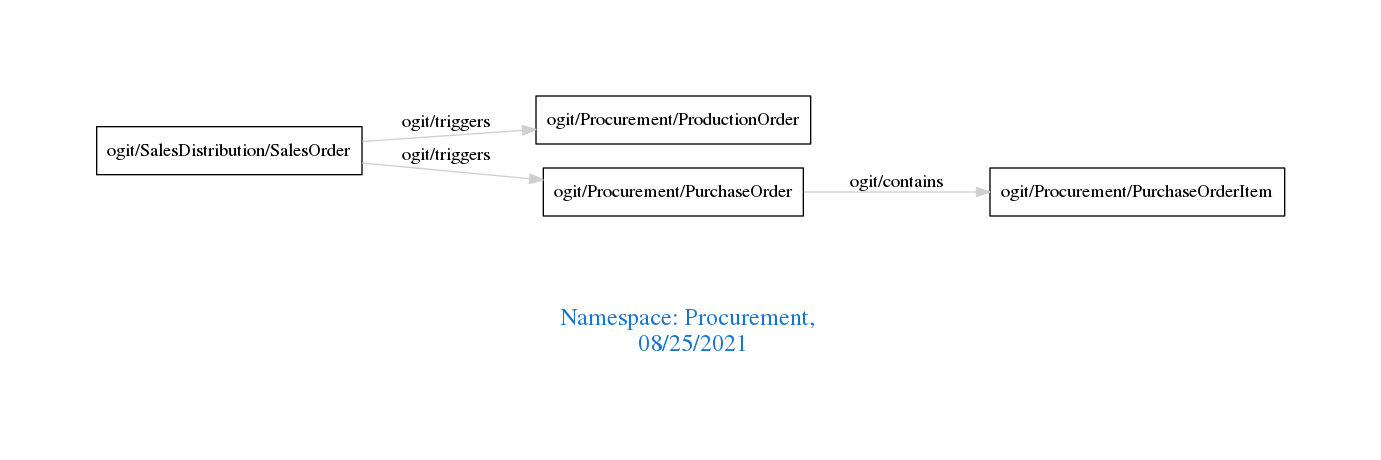
arago/OGIT keeps this Graphviz diagram as downloads/Procurement.png. Above is the earlier version. Its source is kept beside it as downloads/Procurement.dot.
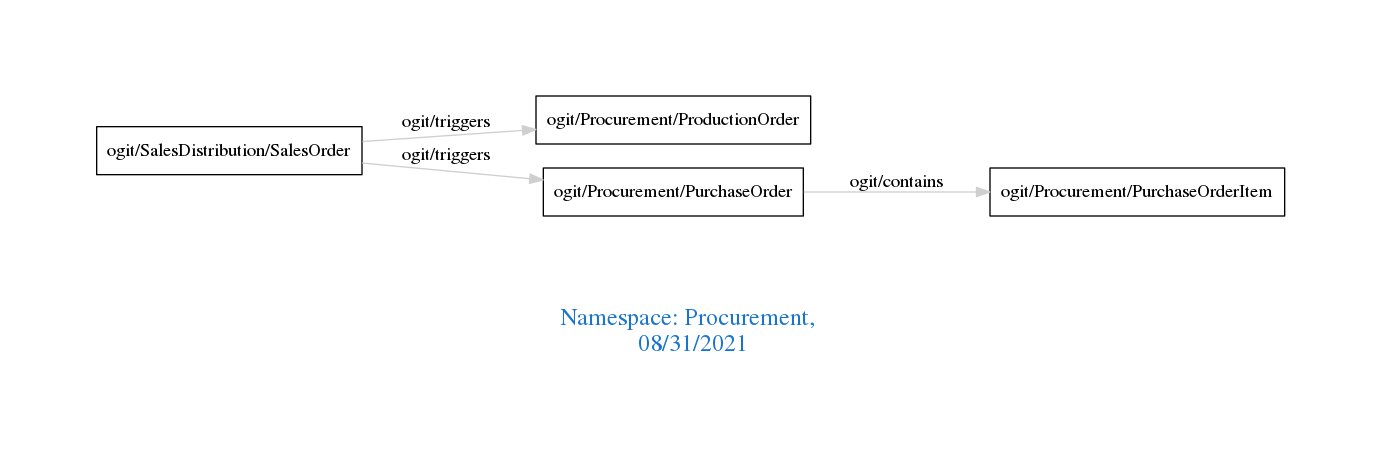
The same diagram one commit later.

What changed in the source:
```diff
@@ -1,7 +1,7 @@
 digraph OGIT_ontology {
  graph [ rankdir= LR,pad=1
 fontsize = 18,
-fontcolor= dodgerblue3,label = "\n\n\nNamespace: Procurement, \n 08/25/2021"];
+fontcolor= dodgerblue3,label = "\n\n\nNamespace: Procurement, \n 08/31/2021"];
 node[shape=polygon];
 edge [  color="gray81"];
 
```
